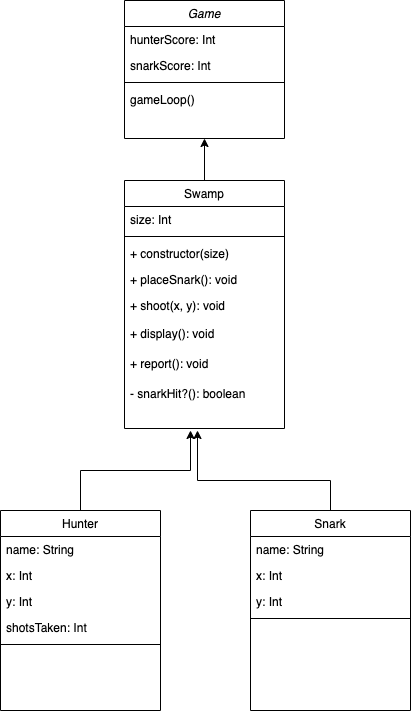
This is docs/snark.png from daviddeejjames/the-snark, a draw.io export, as it was before one commit. Source tidied: cells renumbered, new cells last; positions are measured from the earlier drawing's top-left corner, leaving out a move shared by most shapes.
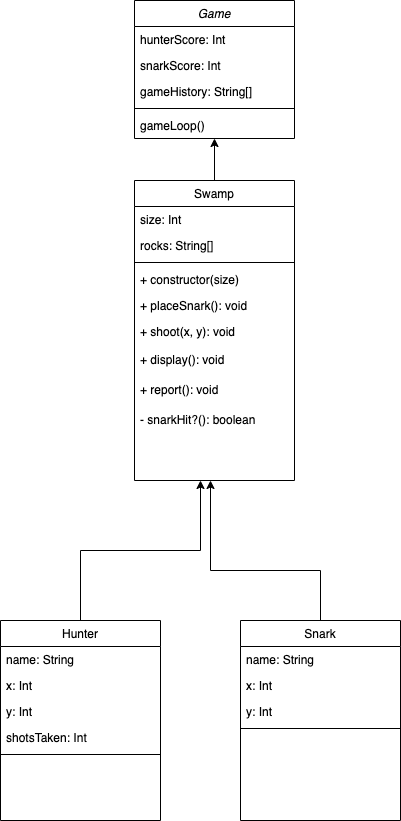
The same file after the commit.

Commit message:
Add the dumps :hankey: update diagram

What changed in the source:
```diff
@@ -11,19 +11,22 @@
     <mxCell id="4" value="snarkScore: Int" style="text;align=left;verticalAlign=top;spacingLeft=4;spacingRight=4;overflow=hidden;" parent="2" vertex="1">
       <mxGeometry y="52" width="160" height="26" as="geometry" />
     </mxCell>
+    <mxCell id="30" value="gameHistory: String[]" style="text;align=left;verticalAlign=top;spacingLeft=4;spacingRight=4;overflow=hidden;" parent="2" vertex="1">
+      <mxGeometry y="78" width="160" height="26" as="geometry" />
+    </mxCell>
     <mxCell id="5" style="line;html=1;strokeWidth=1;align=left;verticalAlign=middle;spacingTop=-1;spacingLeft=3;spacingRight=3;labelPosition=right;" parent="2" vertex="1">
-      <mxGeometry y="78" width="160" height="8" as="geometry" />
+      <mxGeometry y="104" width="160" height="8" as="geometry" />
     </mxCell>
     <mxCell id="6" value="gameLoop()" style="text;align=left;verticalAlign=top;spacingLeft=4;spacingRight=4;overflow=hidden;" parent="2" vertex="1">
-      <mxGeometry y="86" width="160" height="26" as="geometry" />
+      <mxGeometry y="112" width="160" height="26" as="geometry" />
     </mxCell>
     <mxCell id="7" style="edgeStyle=orthogonalEdgeStyle;rounded=0;jettySize=auto;html=1;exitX=0.5;exitY=0;exitDx=0;exitDy=0;" parent="1" edge="1" source="8">
       <mxGeometry relative="1" as="geometry">
-        <mxPoint x="190" y="430" as="targetPoint" />
+        <mxPoint x="190" y="480" as="targetPoint" />
       </mxGeometry>
     </mxCell>
     <mxCell id="8" value="Hunter" style="swimlane;fontStyle=0;align=center;verticalAlign=top;horizontal=1;startSize=26;rounded=0;shadow=0;strokeWidth=1;" parent="1" vertex="1">
-      <mxGeometry y="510" width="160" height="200" as="geometry" />
+      <mxGeometry x="-10" y="620" width="160" height="200" as="geometry" />
     </mxCell>
     <mxCell id="9" value="name: String" style="text;align=left;verticalAlign=top;spacingLeft=4;spacingRight=4;overflow=hidden;" parent="8" vertex="1">
       <mxGeometry y="26" width="160" height="26" as="geometry" />
@@ -44,43 +47,46 @@
       <mxGeometry relative="1" as="geometry" />
     </mxCell>
     <mxCell id="15" value="Swamp&#10;" style="swimlane;fontStyle=0;align=center;verticalAlign=top;horizontal=1;startSize=26;rounded=0;shadow=0;strokeWidth=1;" parent="1" vertex="1">
-      <mxGeometry x="124" y="180" width="160" height="248" as="geometry" />
+      <mxGeometry x="124" y="180" width="160" height="300" as="geometry" />
     </mxCell>
     <mxCell id="16" value="size: Int&#10;" style="text;align=left;verticalAlign=top;spacingLeft=4;spacingRight=4;overflow=hidden;" parent="15" vertex="1">
       <mxGeometry y="26" width="160" height="26" as="geometry" />
     </mxCell>
+    <mxCell id="31" value="rocks: String[]&#10;" style="text;align=left;verticalAlign=top;spacingLeft=4;spacingRight=4;overflow=hidden;" parent="15" vertex="1">
+      <mxGeometry y="52" width="160" height="26" as="geometry" />
+    </mxCell>
     <mxCell id="17" style="line;html=1;strokeWidth=1;align=left;verticalAlign=middle;spacingTop=-1;spacingLeft=3;spacingRight=3;labelPosition=right;" parent="15" vertex="1">
-      <mxGeometry y="52" width="160" height="8" as="geometry" />
+      <mxGeometry y="78" width="160" height="8" as="geometry" />
     </mxCell>
     <mxCell id="18" value="+ constructor(size)" style="text;align=left;verticalAlign=top;spacingLeft=4;spacingRight=4;overflow=hidden;" parent="15" vertex="1">
-      <mxGeometry y="60" width="160" height="26" as="geometry" />
+      <mxGeometry y="86" width="160" height="26" as="geometry" />
     </mxCell>
     <mxCell id="19" value="+ placeSnark(): void" style="text;align=left;verticalAlign=top;spacingLeft=4;spacingRight=4;overflow=hidden;" parent="15" vertex="1">
-      <mxGeometry y="86" width="160" height="26" as="geometry" />
+      <mxGeometry y="112" width="160" height="26" as="geometry" />
     </mxCell>
     <mxCell id="20" value="+ shoot(x, y): void&#10;" style="text;align=left;verticalAlign=top;spacingLeft=4;spacingRight=4;overflow=hidden;" parent="15" vertex="1">
-      <mxGeometry y="112" width="160" height="28" as="geometry" />
+      <mxGeometry y="138" width="160" height="28" as="geometry" />
     </mxCell>
     <mxCell id="21" value="+ display(): void&#10;" style="text;align=left;verticalAlign=top;spacingLeft=4;spacingRight=4;overflow=hidden;" parent="15" vertex="1">
-      <mxGeometry y="140" width="160" height="30" as="geometry" />
+      <mxGeometry y="166" width="160" height="30" as="geometry" />
     </mxCell>
     <mxCell id="22" value="+ report(): void&#10;" style="text;align=left;verticalAlign=top;spacingLeft=4;spacingRight=4;overflow=hidden;" parent="15" vertex="1">
-      <mxGeometry y="170" width="160" height="30" as="geometry" />
+      <mxGeometry y="196" width="160" height="30" as="geometry" />
     </mxCell>
     <mxCell id="23" value="- snarkHit?(): boolean&#10;" style="text;align=left;verticalAlign=top;spacingLeft=4;spacingRight=4;overflow=hidden;" parent="15" vertex="1">
-      <mxGeometry y="200" width="160" height="30" as="geometry" />
+      <mxGeometry y="226" width="160" height="30" as="geometry" />
     </mxCell>
-    <mxCell id="24" style="edgeStyle=orthogonalEdgeStyle;rounded=0;jettySize=auto;html=1;" parent="1" edge="1" source="25">
-      <mxGeometry relative="1" as="geometry">
-        <mxPoint x="197" y="430" as="targetPoint" />
-        <Array as="points">
-          <mxPoint x="330" y="480" />
-          <mxPoint x="197" y="480" />
-        </Array>
-      </mxGeometry>
-    </mxCell>
+    <mxCell id="32" style="edgeStyle=orthogonalEdgeStyle;rounded=0;jettySize=auto;html=1;" parent="1" edge="1" source="25">
+      <mxGeometry relative="1" as="geometry">
+        <mxPoint x="200" y="480" as="targetPoint" />
+        <Array as="points">
+          <mxPoint x="310" y="570" />
+          <mxPoint x="200" y="570" />
+        </Array>
+      </mxGeometry>
+    </mxCell>
     <mxCell id="25" value="Snark" style="swimlane;fontStyle=0;align=center;verticalAlign=top;horizontal=1;startSize=26;rounded=0;shadow=0;strokeWidth=1;" parent="1" vertex="1">
-      <mxGeometry x="250" y="510" width="160" height="200" as="geometry" />
+      <mxGeometry x="230" y="620" width="160" height="200" as="geometry" />
     </mxCell>
     <mxCell id="26" value="name: String" style="text;align=left;verticalAlign=top;spacingLeft=4;spacingRight=4;overflow=hidden;" parent="25" vertex="1">
       <mxGeometry y="26" width="160" height="26" as="geometry" />
```
